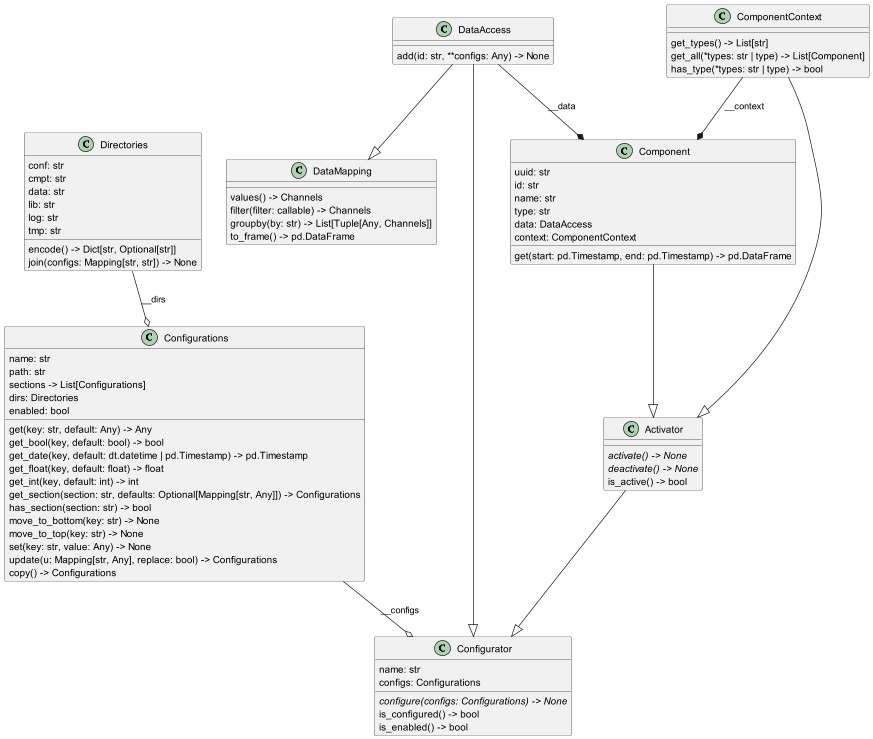
Above: doc/_static/diagrams/component.png in isc-konstanz/lories (PlantUML), before the change. Its diagram source:
```plantuml
@startuml loris.components.component.Component
set namespaceSeparator none
class "Component" as loris.components.component.Component {
  uuid: str
  id: str
  name: str
  type: str
  data: DataAccess
  context: ComponentContext
  get(start: pd.Timestamp, end: pd.Timestamp) -> pd.DataFrame
}
class "Activator" as loris.components.activator.Activator {
  {abstract}activate() -> None
  {abstract}deactivate() -> None
  is_active() -> bool
}
class "Configurator" as loris.configs.configurator.Configurator {
  name: str
  configs: Configurations
  {abstract}configure(configs: Configurations) -> None
  is_configured() -> bool
  is_enabled() -> bool
}
class "Configurations" as loris.configs.configurations.Configurations {
  name: str
  path: str
  sections -> List[Configurations]
  dirs: Directories
  enabled: bool
  get(key: str, default: Any) -> Any
  get_bool(key, default: bool) -> bool
  get_date(key, default: dt.datetime | pd.Timestamp) -> pd.Timestamp
  get_float(key, default: float) -> float
  get_int(key, default: int) -> int
  get_section(section: str, defaults: Optional[Mapping[str, Any]]) -> Configurations
  has_section(section: str) -> bool
  move_to_bottom(key: str) -> None
  move_to_top(key: str) -> None
  set(key: str, value: Any) -> None
  update(u: Mapping[str, Any], replace: bool) -> Configurations
  copy() -> Configurations
}
class "Directories" as loris.configs.directories.Directories {
  conf: str
  cmpt: str
  data: str
  lib: str
  log: str
  tmp: str
  encode() -> Dict[str, Optional[str]]
  join(configs: Mapping[str, str]) -> None
}
class "ComponentContext" as loris.components.context.ComponentContext {
  get_types() -> List[str]
  get_all(*types: str | type) -> List[Component]
  has_type(*types: str | type) -> bool
}
class "DataAccess" as loris.data.access.DataAccess {
  add(id: str, **configs: Any) -> None
}
class "DataMapping" as loris.data.mapping.DataMapping {
  values() -> Channels
  filter(filter: callable) -> Channels
  groupby(by: str) -> List[Tuple[Any, Channels]]
  to_frame() -> pd.DataFrame
}
loris.components.activator.Activator --|> loris.configs.configurator.Configurator
loris.components.component.Component --|> loris.components.activator.Activator
loris.data.access.DataAccess --|> loris.data.mapping.DataMapping
loris.data.access.DataAccess --|> loris.configs.configurator.Configurator
loris.data.access.DataAccess --* loris.components.component.Component : __data
loris.components.context.ComponentContext --|> loris.components.activator.Activator
loris.components.context.ComponentContext --* loris.components.component.Component : __context
loris.configs.configurations.Configurations --o loris.configs.configurator.Configurator : __configs
loris.configs.directories.Directories --o loris.configs.configurations.Configurations : __dirs
@enduml
```
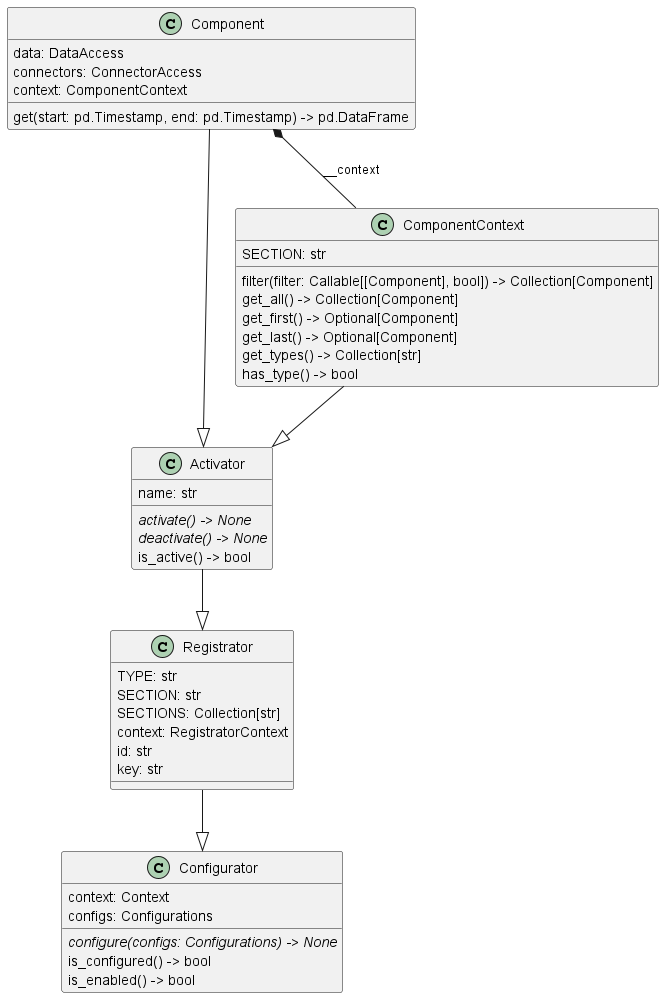
After the change.

Change to the diagram source:
```diff
@@ -1,76 +1,44 @@
 @startuml loris.components.component.Component
 set namespaceSeparator none
 class "Component" as loris.components.component.Component {
-  uuid: str
-  id: str
-  name: str
-  type: str
   data: DataAccess
+  connectors: ConnectorAccess
   context: ComponentContext
   get(start: pd.Timestamp, end: pd.Timestamp) -> pd.DataFrame
 }
-class "Activator" as loris.components.activator.Activator {
+class "Activator" as loris.core.activator.Activator {
+  name: str
   {abstract}activate() -> None
   {abstract}deactivate() -> None
   is_active() -> bool
 }
-class "Configurator" as loris.configs.configurator.Configurator {
-  name: str
+class "Registrator" as loris.core.register.registrator.Registrator {
+  TYPE: str
+  SECTION: str
+  SECTIONS: Collection[str]
+  context: RegistratorContext
+  id: str
+  key: str
+}
+class "Configurator" as loris.core.configs.configurator.Configurator {
+  context: Context
   configs: Configurations
   {abstract}configure(configs: Configurations) -> None
   is_configured() -> bool
   is_enabled() -> bool
 }
-class "Configurations" as loris.configs.configurations.Configurations {
-  name: str
-  path: str
-  sections -> List[Configurations]
-  dirs: Directories
-  enabled: bool
-  get(key: str, default: Any) -> Any
-  get_bool(key, default: bool) -> bool
-  get_date(key, default: dt.datetime | pd.Timestamp) -> pd.Timestamp
-  get_float(key, default: float) -> float
-  get_int(key, default: int) -> int
-  get_section(section: str, defaults: Optional[Mapping[str, Any]]) -> Configurations
-  has_section(section: str) -> bool
-  move_to_bottom(key: str) -> None
-  move_to_top(key: str) -> None
-  set(key: str, value: Any) -> None
-  update(u: Mapping[str, Any], replace: bool) -> Configurations
-  copy() -> Configurations
+class "ComponentContext" as loris.components.context.ComponentContext {
+  SECTION: str
+  filter(filter: Callable[[Component], bool]) -> Collection[Component]
+  get_all() -> Collection[Component]
+  get_first() -> Optional[Component]
+  get_last() -> Optional[Component]
+  get_types() -> Collection[str]
+  has_type() -> bool
 }
-class "Directories" as loris.configs.directories.Directories {
-  conf: str
-  cmpt: str
-  data: str
-  lib: str
-  log: str
-  tmp: str
-  encode() -> Dict[str, Optional[str]]
-  join(configs: Mapping[str, str]) -> None
-}
-class "ComponentContext" as loris.components.context.ComponentContext {
-  get_types() -> List[str]
-  get_all(*types: str | type) -> List[Component]
-  has_type(*types: str | type) -> bool
-}
-class "DataAccess" as loris.data.access.DataAccess {
-  add(id: str, **configs: Any) -> None
-}
-class "DataMapping" as loris.data.mapping.DataMapping {
-  values() -> Channels
-  filter(filter: callable) -> Channels
-  groupby(by: str) -> List[Tuple[Any, Channels]]
-  to_frame() -> pd.DataFrame
-}
-loris.components.activator.Activator --|> loris.configs.configurator.Configurator
-loris.components.component.Component --|> loris.components.activator.Activator
-loris.data.access.DataAccess --|> loris.data.mapping.DataMapping
-loris.data.access.DataAccess --|> loris.configs.configurator.Configurator
-loris.data.access.DataAccess --* loris.components.component.Component : __data
-loris.components.context.ComponentContext --|> loris.components.activator.Activator
-loris.components.context.ComponentContext --* loris.components.component.Component : __context
-loris.configs.configurations.Configurations --o loris.configs.configurator.Configurator : __configs
-loris.configs.directories.Directories --o loris.configs.configurations.Configurations : __dirs
+loris.core.register.registrator.Registrator --|> loris.core.configs.configurator.Configurator
+loris.core.activator.Activator --|> loris.core.register.registrator.Registrator
+loris.components.component.Component --|> loris.core.activator.Activator
+loris.components.component.Component *-- loris.components.context.ComponentContext : __context
+loris.components.context.ComponentContext --|> loris.core.activator.Activator
 @enduml
```
